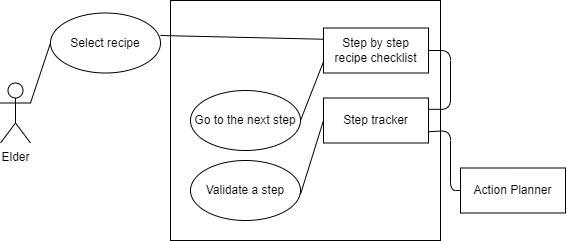
This is src/recipe_tracking/diagrams/use_case_diagram.png from ignithor/Assignment_Cogar_Group_C, a draw.io export, as it was before one commit. Source tidied: cells renumbered, new cells last; positions are measured from the earlier drawing's top-left corner, leaving out a move shared by most shapes.
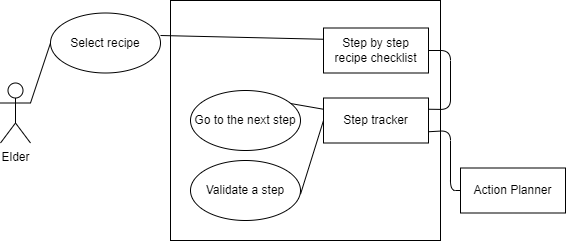
After the change.

Commit message:
fix: recipe_tracking/use_case diagram.

Diff of the diagram source:
```diff
@@ -41,9 +41,6 @@
     <mxCell id="14" style="endArrow=none;html=1;exitX=0;exitY=0.25;exitDx=0;exitDy=0;entryX=1;entryY=0;entryDx=0;entryDy=0;" parent="1" edge="1" source="10" target="5">
       <mxGeometry relative="1" as="geometry" />
     </mxCell>
-    <mxCell id="15" style="endArrow=none;html=1;exitX=0;exitY=0.75;exitDx=0;exitDy=0;entryX=1;entryY=0.5;entryDx=0;entryDy=0;" parent="1" edge="1" source="10" target="7">
-      <mxGeometry relative="1" as="geometry" />
-    </mxCell>
     <mxCell id="16" style="endArrow=none;html=1;exitX=0;exitY=0.5;exitDx=0;exitDy=0;entryX=1;entryY=0.75;entryDx=0;entryDy=0;" parent="1" edge="1" source="11" target="9">
       <mxGeometry relative="1" as="geometry" />
     </mxCell>
@@ -63,5 +60,10 @@
         </Array>
       </mxGeometry>
     </mxCell>
+    <mxCell id="19" style="endArrow=none;html=1;exitX=0;exitY=0.25;exitDx=0;exitDy=0;" parent="1" edge="1" source="11">
+      <mxGeometry relative="1" as="geometry">
+        <mxPoint x="290" y="103" as="targetPoint" />
+      </mxGeometry>
+    </mxCell>
   </root>
 </mxGraphModel>
```
